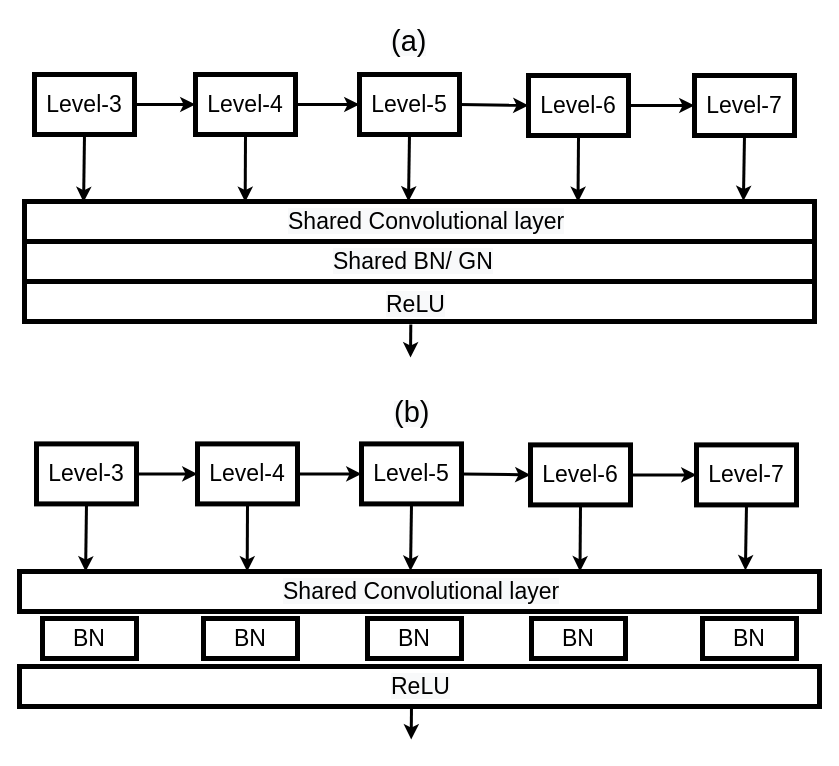
Earlier version of the draw.io diagram page "Multi-level BN" (2 of 3) of quantization/Quantization.drawio (irving-qin/draw.io). Source tidied: cells renumbered, new cells numbered last; positions are measured from the earlier drawing's top-left corner, leaving out a move shared by most shapes. Both pictures are drawn from the tidied source at 100%, with x=0, y=0 at pixel (19, 17).
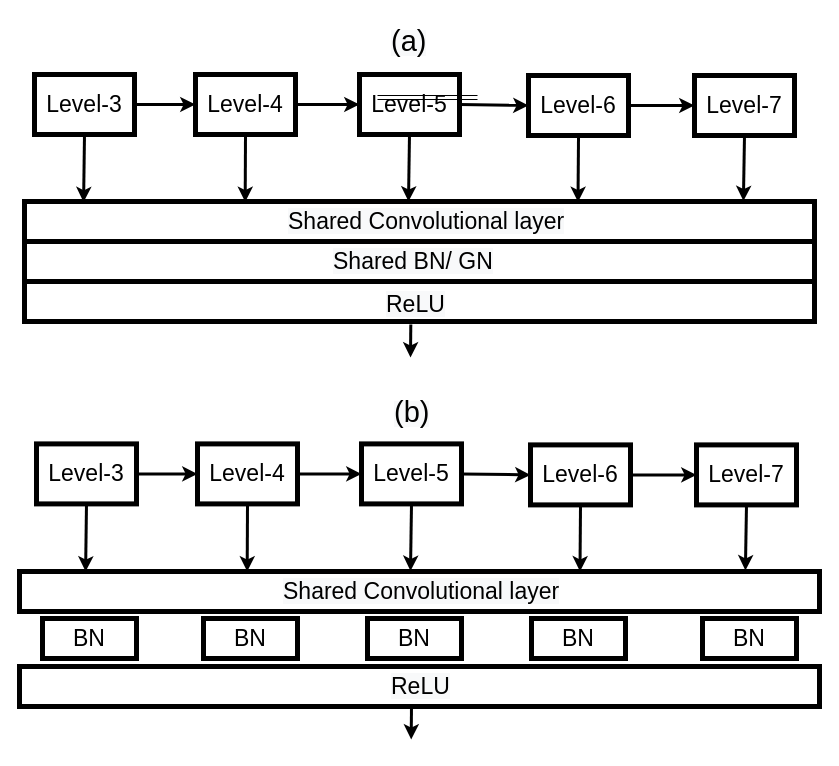
Above is the later version.

Diff of the diagram source:
```diff
@@
+    <mxCell id="51" style="shape=link;html=1;" parent="1" edge="1">
+      <mxGeometry relative="1" as="geometry">
+        <mxPoint x="358" y="80" as="sourcePoint" />
+        <mxPoint x="458" y="80" as="targetPoint" />
+      </mxGeometry>
+    </mxCell>
```
